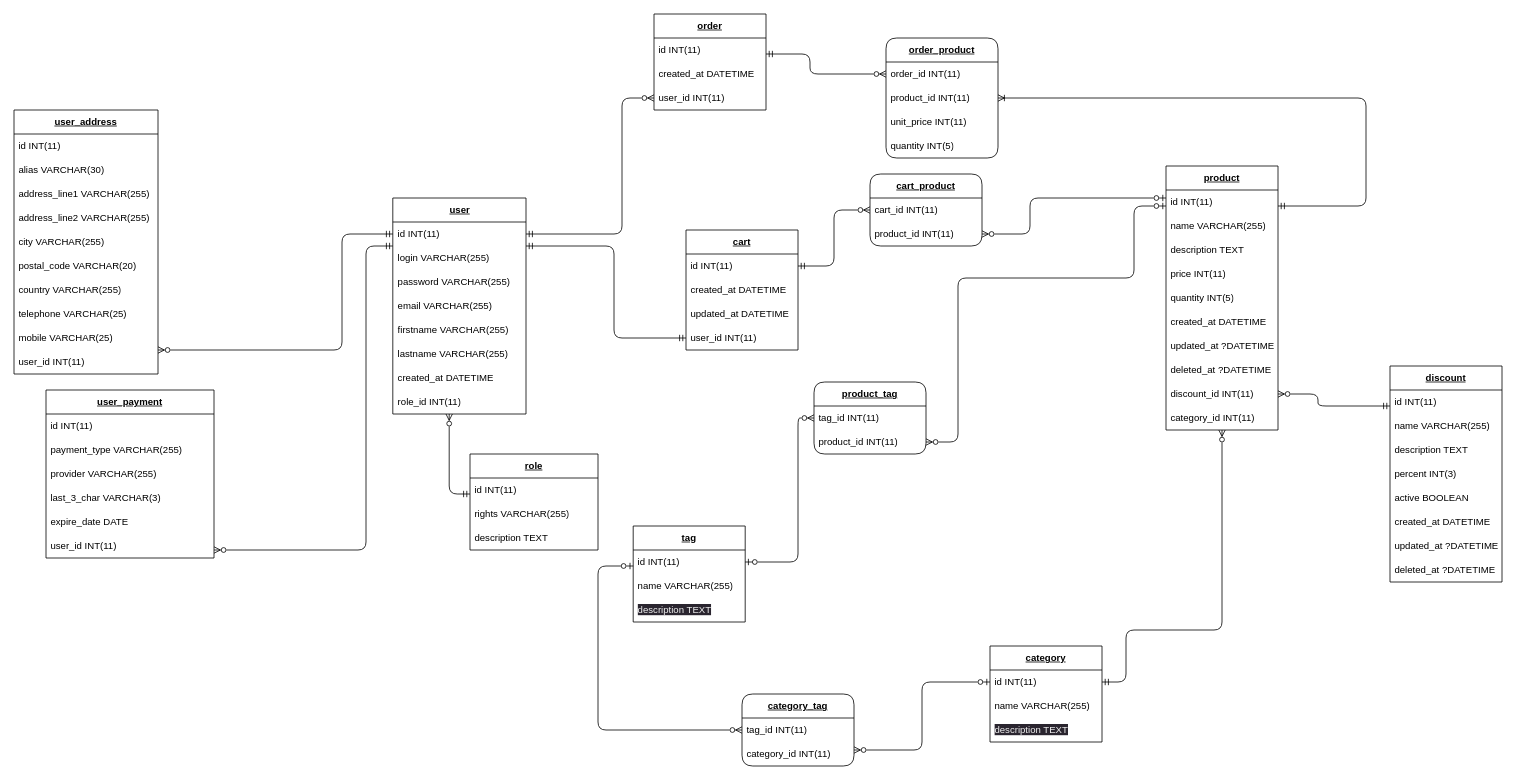
This is mpd.drawio from felix-hauger/boutique-en-ligne, a draw.io file, before an edit. Source tidied: cells renumbered, new cells numbered last; positions are measured from the earlier drawing's top-left corner, leaving out a move shared by most shapes. Both pictures are drawn from the tidied source at 80%, with x=0, y=0 at pixel (14, 14).
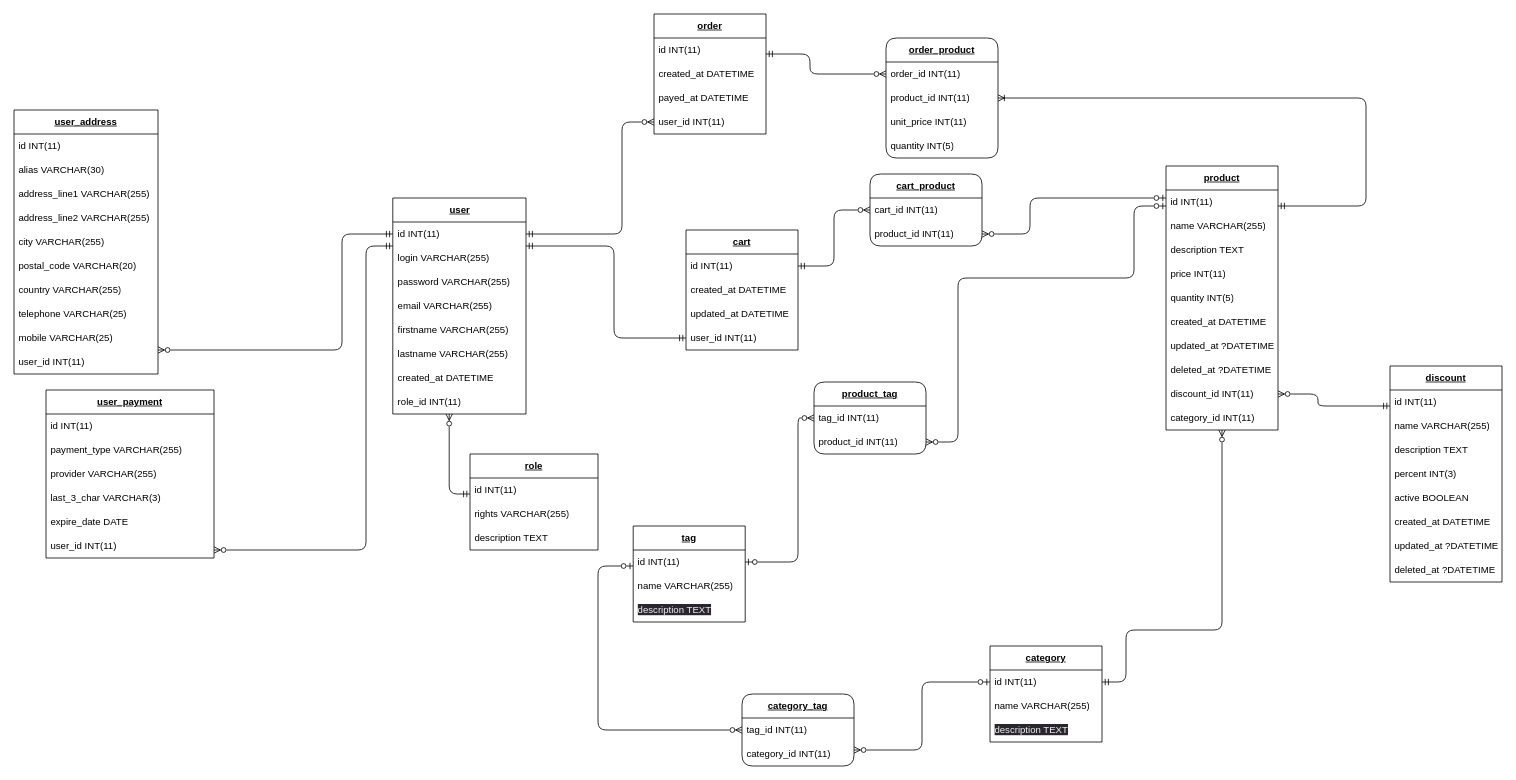
Above is the later version.

Commit message (it also covers changes not shown here):
MCD, MLD, MPD - added payed_at field in order entity/table

The edit, as a diff of the source:
```diff
@@
     <mxCell id="13" value="&lt;b&gt;&lt;u&gt;order&lt;/u&gt;&lt;/b&gt;" style="swimlane;fontStyle=0;horizontal=1;startSize=30;whiteSpace=wrap;html=1;" parent="1" vertex="1">
-      <mxGeometry x="800" width="140" height="120" as="geometry" />
+      <mxGeometry x="800" width="140" height="150" as="geometry" />
     </mxCell>
@@
+    <mxCell id="103" value="payed_at&amp;nbsp;DATETIME" style="text;strokeColor=none;fillColor=none;align=left;verticalAlign=middle;spacingLeft=4;spacingRight=4;overflow=hidden;whiteSpace=wrap;html=1;" parent="13" vertex="1">
+      <mxGeometry y="90" width="140" height="30" as="geometry" />
+    </mxCell>
     <mxCell id="16" value="user_id&amp;nbsp;INT(11)" style="text;strokeColor=none;fillColor=none;align=left;verticalAlign=middle;spacingLeft=4;spacingRight=4;overflow=hidden;points=[[0,0.5],[1,0.5]];portConstraint=eastwest;whiteSpace=wrap;html=1;" parent="13" vertex="1">
-      <mxGeometry y="90" width="140" height="30" as="geometry" />
+      <mxGeometry y="120" width="140" height="30" as="geometry" />
     </mxCell>
```
